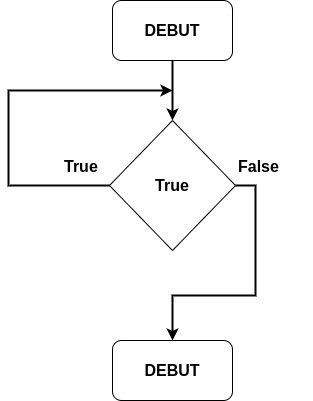
Earlier version of the draw.io export _images/WhileTrue.png (vkeller/modulo-gybe). Source tidied: cells renumbered, new cells last; positions are measured from the earlier drawing's top-left corner, leaving out a move shared by most shapes.
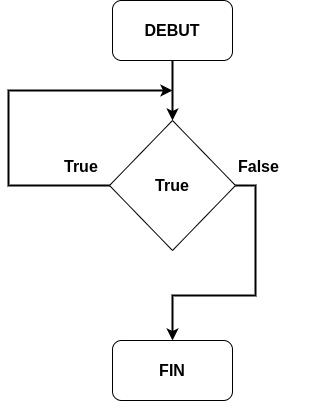
After the change.

The edit, as a diff of the source:
```diff
@@ -14,7 +14,7 @@
     <mxCell id="5" value="&lt;b&gt;True&lt;/b&gt;" style="rhombus;whiteSpace=wrap;html=1;fontSize=16;" parent="1" vertex="1">
       <mxGeometry x="101" y="120" width="126" height="130" as="geometry" />
     </mxCell>
-    <mxCell id="6" value="&lt;font style=&quot;font-size: 16px;&quot;&gt;&lt;b&gt;DEBUT&lt;/b&gt;&lt;/font&gt;" style="rounded=1;whiteSpace=wrap;html=1;" parent="1" vertex="1">
+    <mxCell id="6" value="&lt;font style=&quot;font-size: 16px;&quot;&gt;&lt;b&gt;FIN&lt;/b&gt;&lt;/font&gt;" style="rounded=1;whiteSpace=wrap;html=1;" parent="1" vertex="1">
       <mxGeometry x="104" y="340" width="120" height="60" as="geometry" />
     </mxCell>
     <mxCell id="7" style="endArrow=classic;html=1;rounded=0;strokeWidth=2;fontSize=16;exitX=0;exitY=0.5;exitDx=0;exitDy=0;" parent="1" edge="1" source="5">
```
